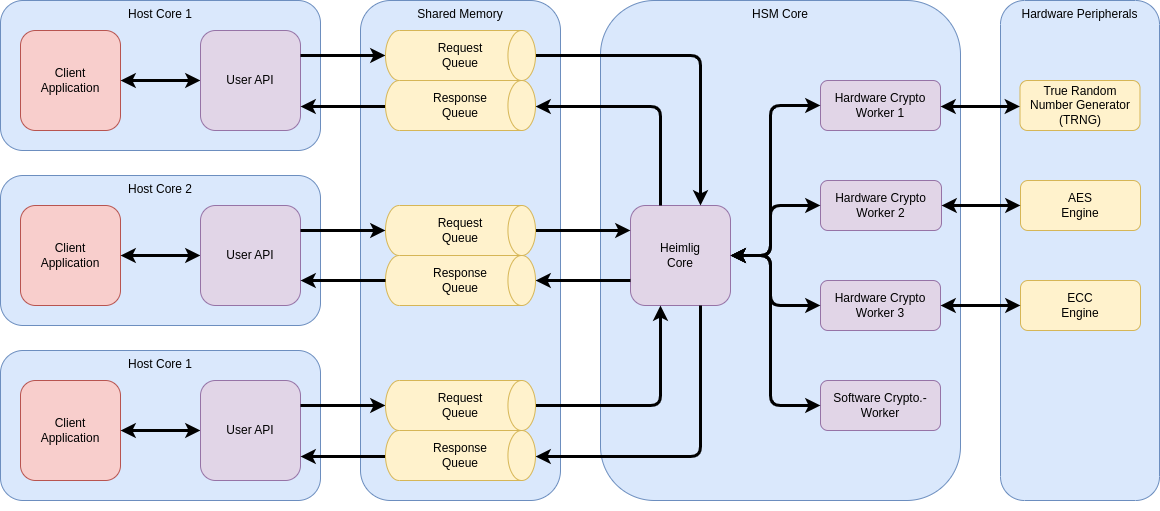
eclipse-heimlig/heimlig keeps this draw.io diagram as doc/img/architecture.png. Above is the earlier version. Source tidied: cells renumbered, new cells last; positions are measured from the earlier drawing's top-left corner, leaving out a move shared by most shapes.
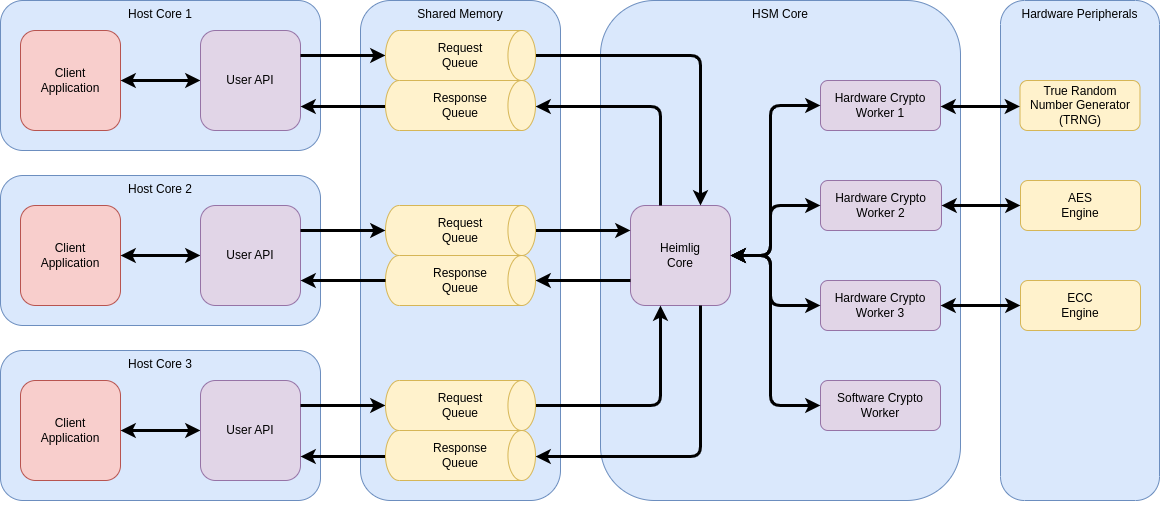
The same diagram one commit later.

What changed in the source:
```diff
@@ -35,7 +35,7 @@
     <mxCell id="12" value="Hardware Crypto Worker 3" style="rounded=1;whiteSpace=wrap;html=1;fillColor=#e1d5e7;strokeColor=#9673a6;" parent="1" vertex="1">
       <mxGeometry x="820" y="280" width="120" height="50" as="geometry" />
     </mxCell>
-    <mxCell id="13" value="Software Crypto.-Worker" style="rounded=1;whiteSpace=wrap;html=1;fillColor=#e1d5e7;strokeColor=#9673a6;" parent="1" vertex="1">
+    <mxCell id="13" value="Software Crypto Worker" style="rounded=1;whiteSpace=wrap;html=1;fillColor=#e1d5e7;strokeColor=#9673a6;" parent="1" vertex="1">
       <mxGeometry x="820" y="380" width="120" height="50" as="geometry" />
     </mxCell>
     <mxCell id="14" style="edgeStyle=orthogonalEdgeStyle;rounded=0;orthogonalLoop=1;jettySize=auto;html=1;exitX=0.5;exitY=1;exitDx=0;exitDy=0;" parent="1" edge="1" source="10" target="10">
@@ -182,7 +182,7 @@
         </Array>
       </mxGeometry>
     </mxCell>
-    <mxCell id="39" value="Host&amp;nbsp;Core 1" style="rounded=1;whiteSpace=wrap;html=1;fillColor=#dae8fc;strokeColor=#6c8ebf;verticalAlign=top;" parent="1" vertex="1">
+    <mxCell id="39" value="Host&amp;nbsp;Core 3" style="rounded=1;whiteSpace=wrap;html=1;fillColor=#dae8fc;strokeColor=#6c8ebf;verticalAlign=top;" parent="1" vertex="1">
       <mxGeometry y="350" width="320" height="150" as="geometry" />
     </mxCell>
     <mxCell id="40" style="edgeStyle=orthogonalEdgeStyle;rounded=0;orthogonalLoop=1;jettySize=auto;html=1;exitX=0.5;exitY=1;exitDx=0;exitDy=0;startArrow=classic;startFill=1;strokeWidth=2;" parent="1" edge="1" source="39" target="39">
```
